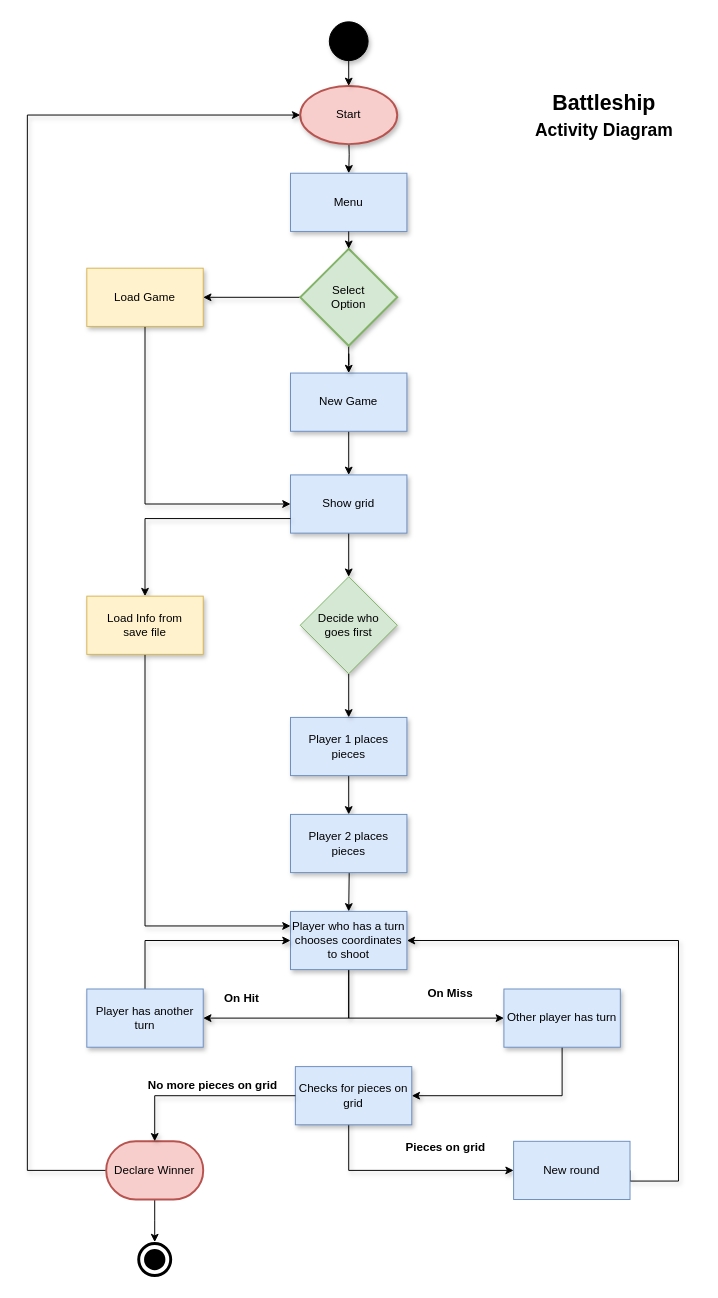
Above: ui/Flowchart/Battleship.drawio in guilhermemmeirelles/Battleship (draw.io), before the change. Source tidied: cells renumbered, new cells numbered last; positions are measured from the earlier drawing's top-left corner, leaving out a move shared by most shapes. Both pictures are drawn from the tidied source at 97%, with x=0, y=0 at pixel (27, 21).
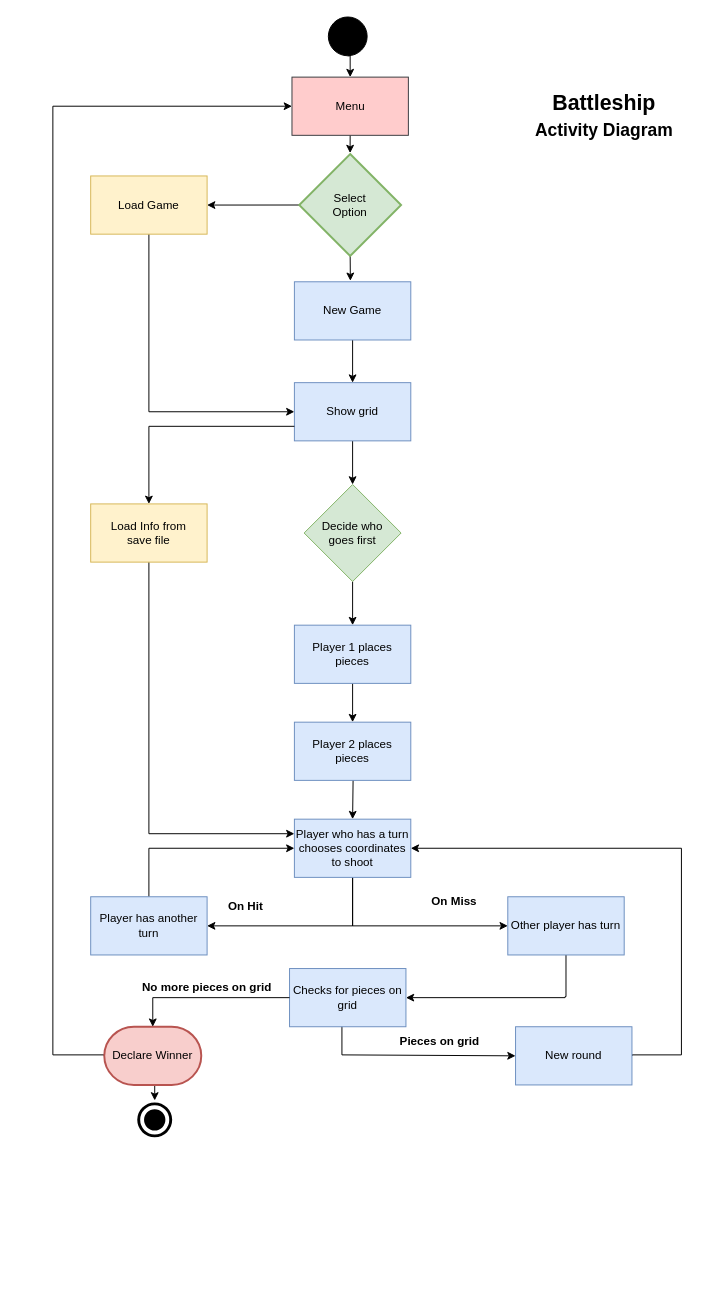
Above is the later version.

Commit message (it also covers changes not shown here):
More UML norms changes to flowchart

Change to the diagram source:
```diff
@@
     <mxCell id="2" style="ellipse;shape=doubleEllipse;whiteSpace=wrap;html=1;fillColor=#000000;strokeColor=#FFFFFF;fontColor=#ffffff;perimeterSpacing=0;strokeWidth=4;shadow=0;" parent="1" vertex="1">
-      <mxGeometry x="111" y="1256" width="40" height="40" as="geometry" />
+      <mxGeometry x="111" y="1112" width="40" height="40" as="geometry" />
     </mxCell>
-    <mxCell id="3" style="edgeStyle=orthogonalEdgeStyle;rounded=0;jettySize=auto;html=1;exitX=0.5;exitY=1;exitDx=0;exitDy=0;entryX=0.5;entryY=0;entryDx=0;entryDy=0;shadow=1;" parent="1" edge="1" target="4">
-      <mxGeometry relative="1" as="geometry">
-        <mxPoint x="331" y="116.1" as="sourcePoint" />
-      </mxGeometry>
-    </mxCell>
+    <mxCell id="47" style="edgeStyle=orthogonalEdgeStyle;rounded=0;jettySize=auto;html=1;exitX=0.5;exitY=1;exitDx=0;exitDy=0;shadow=0;" parent="1" edge="1" source="4">
+      <mxGeometry relative="1" as="geometry">
+        <mxPoint x="332.4" y="135.3" as="targetPoint" />
+      </mxGeometry>
+    </mxCell>
-    <mxCell id="4" value="Menu" style="rounded=0;whiteSpace=wrap;html=1;fillColor=#dae8fc;strokeColor=#6c8ebf;shadow=1;" parent="1" vertex="1">
-      <mxGeometry x="271" y="156.1" width="120" height="60" as="geometry" />
+    <mxCell id="4" value="Menu" style="rounded=0;whiteSpace=wrap;html=1;fillColor=#ffcccc;strokeColor=#36393d;shadow=0;" parent="1" vertex="1">
+      <mxGeometry x="272.5" y="57" width="120" height="60" as="geometry" />
     </mxCell>
-    <mxCell id="5" style="edgeStyle=orthogonalEdgeStyle;rounded=0;jettySize=auto;html=1;exitX=0.5;exitY=1;exitDx=0;exitDy=0;entryX=0;entryY=0.5;entryDx=0;entryDy=0;shadow=1;" parent="1" edge="1" source="6" target="10">
+    <mxCell id="5" style="edgeStyle=orthogonalEdgeStyle;rounded=0;jettySize=auto;html=1;exitX=0.5;exitY=1;exitDx=0;exitDy=0;entryX=0;entryY=0.5;entryDx=0;entryDy=0;shadow=0;" parent="1" edge="1" source="6" target="10">
       <mxGeometry relative="1" as="geometry" />
     </mxCell>
-    <mxCell id="6" value="Load Game" style="rounded=0;whiteSpace=wrap;html=1;fillColor=#fff2cc;strokeColor=#d6b656;shadow=1;" parent="1" vertex="1">
-      <mxGeometry x="61" y="254" width="120" height="60" as="geometry" />
+    <mxCell id="6" value="Load Game" style="rounded=0;whiteSpace=wrap;html=1;fillColor=#fff2cc;strokeColor=#d6b656;shadow=0;" parent="1" vertex="1">
+      <mxGeometry x="65" y="158.9" width="120" height="60" as="geometry" />
     </mxCell>
-    <mxCell id="7" style="edgeStyle=orthogonalEdgeStyle;rounded=0;jettySize=auto;html=1;shadow=1;" parent="1" edge="1" source="8" target="10">
+    <mxCell id="7" style="edgeStyle=orthogonalEdgeStyle;rounded=0;jettySize=auto;html=1;shadow=0;" parent="1" edge="1" source="8" target="10">
       <mxGeometry relative="1" as="geometry" />
     </mxCell>
-    <mxCell id="8" value="New Game" style="rounded=0;whiteSpace=wrap;html=1;fillColor=#dae8fc;strokeColor=#6c8ebf;shadow=1;" parent="1" vertex="1">
-      <mxGeometry x="271" y="362.1" width="120" height="60" as="geometry" />
+    <mxCell id="8" value="New Game" style="rounded=0;whiteSpace=wrap;html=1;fillColor=#dae8fc;strokeColor=#6c8ebf;shadow=0;" parent="1" vertex="1">
+      <mxGeometry x="275" y="268" width="120" height="60" as="geometry" />
     </mxCell>
-    <mxCell id="9" style="edgeStyle=orthogonalEdgeStyle;rounded=0;jettySize=auto;html=1;shadow=1;" parent="1" edge="1" source="10" target="21">
+    <mxCell id="9" style="edgeStyle=orthogonalEdgeStyle;rounded=0;jettySize=auto;html=1;shadow=0;" parent="1" edge="1" source="10" target="21">
       <mxGeometry relative="1" as="geometry" />
     </mxCell>
-    <mxCell id="10" value="Show grid" style="rounded=0;whiteSpace=wrap;html=1;fillColor=#dae8fc;strokeColor=#6c8ebf;shadow=1;" parent="1" vertex="1">
-      <mxGeometry x="271" y="467.1" width="120" height="60" as="geometry" />
+    <mxCell id="10" value="Show grid" style="rounded=0;whiteSpace=wrap;html=1;fillColor=#dae8fc;strokeColor=#6c8ebf;shadow=0;" parent="1" vertex="1">
+      <mxGeometry x="275" y="372" width="120" height="60" as="geometry" />
     </mxCell>
-    <mxCell id="11" style="edgeStyle=orthogonalEdgeStyle;rounded=0;jettySize=auto;html=1;shadow=1;" parent="1" edge="1" source="12" target="16">
+    <mxCell id="11" style="edgeStyle=orthogonalEdgeStyle;rounded=0;jettySize=auto;html=1;shadow=0;" parent="1" edge="1" source="12" target="16">
       <mxGeometry relative="1" as="geometry" />
     </mxCell>
-    <mxCell id="12" value="Player 1 places pieces" style="rounded=0;whiteSpace=wrap;html=1;fillColor=#dae8fc;strokeColor=#6c8ebf;shadow=1;" parent="1" vertex="1">
-      <mxGeometry x="271" y="717.1" width="120" height="60" as="geometry" />
+    <mxCell id="12" value="Player 1 places pieces" style="rounded=0;whiteSpace=wrap;html=1;fillColor=#dae8fc;strokeColor=#6c8ebf;shadow=0;" parent="1" vertex="1">
+      <mxGeometry x="275" y="622" width="120" height="60" as="geometry" />
     </mxCell>
-    <mxCell id="13" style="edgeStyle=orthogonalEdgeStyle;rounded=0;jettySize=auto;html=1;shadow=1;" parent="1" edge="1" source="24" target="8">
-      <mxGeometry relative="1" as="geometry" />
-    </mxCell>
-    <mxCell id="14" value="Start" style="strokeWidth=2;html=1;shape=mxgraph.flowchart.start_1;whiteSpace=wrap;fillColor=#f8cecc;strokeColor=#b85450;shadow=1;" parent="1" vertex="1">
-      <mxGeometry x="281" y="66.1" width="100" height="60" as="geometry" />
-    </mxCell>
-    <mxCell id="15" style="edgeStyle=orthogonalEdgeStyle;rounded=0;jettySize=auto;html=1;shadow=1;" parent="1" edge="1" target="19">
+    <mxCell id="15" style="edgeStyle=orthogonalEdgeStyle;rounded=0;jettySize=auto;html=1;shadow=0;" parent="1" edge="1" target="19">
       <mxGeometry relative="1" as="geometry">
-        <mxPoint x="331" y="837.1" as="sourcePoint" />
+        <mxPoint x="335" y="742" as="sourcePoint" />
       </mxGeometry>
     </mxCell>
-    <mxCell id="16" value="Player 2 places pieces" style="rounded=0;whiteSpace=wrap;html=1;fillColor=#dae8fc;strokeColor=#6c8ebf;shadow=1;" parent="1" vertex="1">
-      <mxGeometry x="271" y="817.1" width="120" height="60" as="geometry" />
+    <mxCell id="16" value="Player 2 places pieces" style="rounded=0;whiteSpace=wrap;html=1;fillColor=#dae8fc;strokeColor=#6c8ebf;shadow=0;" parent="1" vertex="1">
+      <mxGeometry x="275" y="722" width="120" height="60" as="geometry" />
     </mxCell>
-    <mxCell id="17" style="edgeStyle=orthogonalEdgeStyle;rounded=0;jettySize=auto;html=1;exitX=0.5;exitY=1;exitDx=0;exitDy=0;entryX=1;entryY=0.5;entryDx=0;entryDy=0;shadow=1;" parent="1" edge="1" source="19" target="29">
+    <mxCell id="17" style="edgeStyle=orthogonalEdgeStyle;rounded=0;jettySize=auto;html=1;exitX=0.5;exitY=1;exitDx=0;exitDy=0;entryX=1;entryY=0.5;entryDx=0;entryDy=0;shadow=0;" parent="1" edge="1" source="19" target="29">
       <mxGeometry relative="1" as="geometry" />
     </mxCell>
-    <mxCell id="18" style="edgeStyle=orthogonalEdgeStyle;rounded=0;jettySize=auto;html=1;exitX=0.5;exitY=1;exitDx=0;exitDy=0;entryX=0;entryY=0.5;entryDx=0;entryDy=0;shadow=1;" parent="1" edge="1" source="19" target="31">
+    <mxCell id="18" style="edgeStyle=orthogonalEdgeStyle;rounded=0;jettySize=auto;html=1;exitX=0.5;exitY=1;exitDx=0;exitDy=0;entryX=0;entryY=0.5;entryDx=0;entryDy=0;shadow=0;" parent="1" edge="1" source="19" target="31">
       <mxGeometry relative="1" as="geometry" />
     </mxCell>
-    <mxCell id="19" value="Player who has a turn chooses coordinates to shoot" style="rounded=0;whiteSpace=wrap;html=1;fillColor=#dae8fc;strokeColor=#6c8ebf;shadow=1;" parent="1" vertex="1">
-      <mxGeometry x="271" y="917.1" width="120" height="60" as="geometry" />
+    <mxCell id="19" value="Player who has a turn chooses coordinates to shoot" style="rounded=0;whiteSpace=wrap;html=1;fillColor=#dae8fc;strokeColor=#6c8ebf;shadow=0;" parent="1" vertex="1">
+      <mxGeometry x="275" y="822" width="120" height="60" as="geometry" />
     </mxCell>
-    <mxCell id="20" style="edgeStyle=orthogonalEdgeStyle;rounded=0;jettySize=auto;html=1;shadow=1;" parent="1" edge="1" source="21" target="12">
+    <mxCell id="20" style="edgeStyle=orthogonalEdgeStyle;rounded=0;jettySize=auto;html=1;shadow=0;" parent="1" edge="1" source="21" target="12">
       <mxGeometry relative="1" as="geometry" />
     </mxCell>
-    <mxCell id="21" value="Decide who &lt;br&gt;goes first" style="rhombus;whiteSpace=wrap;html=1;fillColor=#d5e8d4;strokeColor=#82b366;shadow=1;" parent="1" vertex="1">
-      <mxGeometry x="281" y="572.1" width="100" height="100" as="geometry" />
+    <mxCell id="21" value="Decide who &lt;br&gt;goes first" style="rhombus;whiteSpace=wrap;html=1;fillColor=#d5e8d4;strokeColor=#82b366;shadow=0;" parent="1" vertex="1">
+      <mxGeometry x="285" y="477" width="100" height="100" as="geometry" />
     </mxCell>
-    <mxCell id="22" style="edgeStyle=orthogonalEdgeStyle;rounded=0;jettySize=auto;html=1;exitX=0;exitY=0.75;exitDx=0;exitDy=0;entryX=0.5;entryY=0;entryDx=0;entryDy=0;shadow=1;" parent="1" edge="1" source="10" target="27">
+    <mxCell id="22" style="edgeStyle=orthogonalEdgeStyle;rounded=0;jettySize=auto;html=1;exitX=0;exitY=0.75;exitDx=0;exitDy=0;entryX=0.5;entryY=0;entryDx=0;entryDy=0;shadow=0;" parent="1" edge="1" source="10" target="27">
       <mxGeometry relative="1" as="geometry">
         <Array as="points">
-          <mxPoint x="121" y="512.1" />
+          <mxPoint x="125" y="417" />
         </Array>
       </mxGeometry>
     </mxCell>
-    <mxCell id="23" style="edgeStyle=orthogonalEdgeStyle;rounded=0;jettySize=auto;html=1;exitX=0;exitY=0.5;exitDx=0;exitDy=0;exitPerimeter=0;entryX=1;entryY=0.5;entryDx=0;entryDy=0;shadow=1;" parent="1" edge="1" source="24" target="6">
+    <mxCell id="23" style="edgeStyle=orthogonalEdgeStyle;rounded=0;jettySize=auto;html=1;exitX=0;exitY=0.5;exitDx=0;exitDy=0;exitPerimeter=0;entryX=1;entryY=0.5;entryDx=0;entryDy=0;shadow=0;" parent="1" edge="1" source="24" target="6">
       <mxGeometry relative="1" as="geometry" />
     </mxCell>
+    <mxCell id="48" style="edgeStyle=orthogonalEdgeStyle;rounded=0;jettySize=auto;html=1;exitX=0.5;exitY=1;exitDx=0;exitDy=0;exitPerimeter=0;shadow=0;" parent="1" edge="1" source="24">
+      <mxGeometry relative="1" as="geometry">
+        <mxPoint x="332.7" y="267" as="targetPoint" />
+      </mxGeometry>
+    </mxCell>
-    <mxCell id="24" value="Select&lt;br&gt;Option" style="strokeWidth=2;html=1;shape=mxgraph.flowchart.decision;whiteSpace=wrap;fillColor=#d5e8d4;strokeColor=#82b366;shadow=1;" parent="1" vertex="1">
-      <mxGeometry x="281" y="234" width="100" height="100" as="geometry" />
+    <mxCell id="24" value="Select&lt;br&gt;Option" style="strokeWidth=2;html=1;shape=mxgraph.flowchart.decision;whiteSpace=wrap;fillColor=#d5e8d4;strokeColor=#82b366;shadow=0;" parent="1" vertex="1">
+      <mxGeometry x="280" y="136.3" width="105" height="105.1" as="geometry" />
     </mxCell>
-    <mxCell id="25" style="edgeStyle=orthogonalEdgeStyle;rounded=0;jettySize=auto;html=1;exitX=0.5;exitY=1;exitDx=0;exitDy=0;entryX=0.5;entryY=0;entryDx=0;entryDy=0;shadow=1;" parent="1" edge="1" source="4" target="24">
-      <mxGeometry relative="1" as="geometry" />
-    </mxCell>
-    <mxCell id="26" style="edgeStyle=orthogonalEdgeStyle;rounded=0;jettySize=auto;html=1;exitX=0.5;exitY=1;exitDx=0;exitDy=0;entryX=0;entryY=0.25;entryDx=0;entryDy=0;shadow=1;" parent="1" edge="1" source="27" target="19">
+    <mxCell id="26" style="edgeStyle=orthogonalEdgeStyle;rounded=0;jettySize=auto;html=1;exitX=0.5;exitY=1;exitDx=0;exitDy=0;entryX=0;entryY=0.25;entryDx=0;entryDy=0;shadow=0;" parent="1" edge="1" source="27" target="19">
       <mxGeometry relative="1" as="geometry" />
     </mxCell>
-    <mxCell id="27" value="Load Info from&lt;br&gt;save file" style="rounded=0;whiteSpace=wrap;html=1;fillColor=#fff2cc;strokeColor=#d6b656;shadow=1;" parent="1" vertex="1">
-      <mxGeometry x="61" y="592.1" width="120" height="60" as="geometry" />
+    <mxCell id="27" value="Load Info from&lt;br&gt;save file" style="rounded=0;whiteSpace=wrap;html=1;fillColor=#fff2cc;strokeColor=#d6b656;shadow=0;" parent="1" vertex="1">
+      <mxGeometry x="65" y="497" width="120" height="60" as="geometry" />
     </mxCell>
-    <mxCell id="28" style="edgeStyle=orthogonalEdgeStyle;rounded=0;jettySize=auto;html=1;exitX=0.5;exitY=0;exitDx=0;exitDy=0;entryX=0;entryY=0.5;entryDx=0;entryDy=0;shadow=1;" parent="1" edge="1" source="29" target="19">
+    <mxCell id="28" style="edgeStyle=orthogonalEdgeStyle;rounded=0;jettySize=auto;html=1;exitX=0.5;exitY=0;exitDx=0;exitDy=0;entryX=0;entryY=0.5;entryDx=0;entryDy=0;shadow=0;" parent="1" edge="1" source="29" target="19">
       <mxGeometry relative="1" as="geometry" />
     </mxCell>
-    <mxCell id="29" value="Player has another turn" style="rounded=0;whiteSpace=wrap;html=1;fillColor=#dae8fc;strokeColor=#6c8ebf;shadow=1;" parent="1" vertex="1">
-      <mxGeometry x="61" y="997.1" width="120" height="60" as="geometry" />
+    <mxCell id="29" value="Player has another turn" style="rounded=0;whiteSpace=wrap;html=1;fillColor=#dae8fc;strokeColor=#6c8ebf;shadow=0;" parent="1" vertex="1">
+      <mxGeometry x="65" y="902" width="120" height="60" as="geometry" />
     </mxCell>
-    <mxCell id="30" style="edgeStyle=orthogonalEdgeStyle;rounded=0;jettySize=auto;html=1;exitX=0.5;exitY=1;exitDx=0;exitDy=0;entryX=1;entryY=0.5;entryDx=0;entryDy=0;shadow=1;" parent="1" edge="1" source="31" target="35">
+    <mxCell id="30" style="edgeStyle=orthogonalEdgeStyle;rounded=0;jettySize=auto;html=1;exitX=0.5;exitY=1;exitDx=0;exitDy=0;entryX=1;entryY=0.5;entryDx=0;entryDy=0;shadow=0;" parent="1" edge="1" source="31" target="35">
       <mxGeometry relative="1" as="geometry">
         <Array as="points">
-          <mxPoint x="551" y="1107.1" />
+          <mxPoint x="554" y="1005" />
         </Array>
       </mxGeometry>
     </mxCell>
-    <mxCell id="31" value="Other player has turn" style="rounded=0;whiteSpace=wrap;html=1;fillColor=#dae8fc;strokeColor=#6c8ebf;shadow=1;" parent="1" vertex="1">
-      <mxGeometry x="491" y="997.1" width="120" height="60" as="geometry" />
+    <mxCell id="31" value="Other player has turn" style="rounded=0;whiteSpace=wrap;html=1;fillColor=#dae8fc;strokeColor=#6c8ebf;shadow=0;" parent="1" vertex="1">
+      <mxGeometry x="495" y="902" width="120" height="60" as="geometry" />
     </mxCell>
-    <mxCell id="32" value="On Hit" style="text;html=1;strokeColor=none;fillColor=none;align=center;verticalAlign=middle;whiteSpace=wrap;rounded=0;fontStyle=1;shadow=1;" parent="1" vertex="1">
-      <mxGeometry x="201" y="997.1" width="40" height="20" as="geometry" />
+    <mxCell id="32" value="On Hit" style="text;html=1;strokeColor=none;fillColor=none;align=center;verticalAlign=middle;whiteSpace=wrap;rounded=0;fontStyle=1;shadow=0;" parent="1" vertex="1">
+      <mxGeometry x="205" y="902" width="40" height="20" as="geometry" />
     </mxCell>
-    <mxCell id="33" value="On Miss" style="text;html=1;strokeColor=none;fillColor=none;align=center;verticalAlign=middle;whiteSpace=wrap;rounded=0;fontStyle=1;shadow=1;" parent="1" vertex="1">
-      <mxGeometry x="401" y="987.1" width="70" height="30" as="geometry" />
+    <mxCell id="33" value="On Miss" style="text;html=1;strokeColor=none;fillColor=none;align=center;verticalAlign=middle;whiteSpace=wrap;rounded=0;fontStyle=1;shadow=0;" parent="1" vertex="1">
+      <mxGeometry x="405" y="892" width="70" height="30" as="geometry" />
     </mxCell>
-    <mxCell id="34" style="edgeStyle=orthogonalEdgeStyle;rounded=0;jettySize=auto;html=1;exitX=0.5;exitY=1;exitDx=0;exitDy=0;entryX=0;entryY=0.5;entryDx=0;entryDy=0;shadow=1;" parent="1" edge="1" target="37">
+    <mxCell id="34" style="edgeStyle=orthogonalEdgeStyle;rounded=0;jettySize=auto;html=1;exitX=0.5;exitY=1;exitDx=0;exitDy=0;entryX=0;entryY=0.5;entryDx=0;entryDy=0;shadow=0;" parent="1" edge="1" target="37">
       <mxGeometry relative="1" as="geometry">
-        <mxPoint x="346" y="1126.1" as="sourcePoint" />
+        <mxPoint x="340" y="1025" as="sourcePoint" />
         <Array as="points">
-          <mxPoint x="331" y="1126.1" />
-          <mxPoint x="331" y="1184.1" />
+          <mxPoint x="324" y="1025" />
+          <mxPoint x="324" y="1065" />
         </Array>
       </mxGeometry>
     </mxCell>
-    <mxCell id="35" value="Checks for pieces on grid" style="rounded=0;whiteSpace=wrap;html=1;fillColor=#dae8fc;strokeColor=#6c8ebf;shadow=1;" parent="1" vertex="1">
-      <mxGeometry x="276" y="1077.1" width="120" height="60" as="geometry" />
+    <mxCell id="35" value="Checks for pieces on grid" style="rounded=0;whiteSpace=wrap;html=1;fillColor=#dae8fc;strokeColor=#6c8ebf;shadow=0;" parent="1" vertex="1">
+      <mxGeometry x="270" y="976" width="120" height="60" as="geometry" />
     </mxCell>
-    <mxCell id="36" style="edgeStyle=orthogonalEdgeStyle;rounded=0;jettySize=auto;html=1;exitX=1;exitY=0.5;exitDx=0;exitDy=0;entryX=1;entryY=0.5;entryDx=0;entryDy=0;shadow=1;" parent="1" edge="1" source="37" target="19">
+    <mxCell id="36" style="edgeStyle=orthogonalEdgeStyle;rounded=0;jettySize=auto;html=1;exitX=1;exitY=0.5;exitDx=0;exitDy=0;entryX=1;entryY=0.5;entryDx=0;entryDy=0;shadow=0;" parent="1" edge="1" source="37" target="19">
       <mxGeometry relative="1" as="geometry">
         <Array as="points">
-          <mxPoint x="671" y="1195.1" />
-          <mxPoint x="671" y="947.1" />
+          <mxPoint x="674" y="1065" />
+          <mxPoint x="674" y="852" />
         </Array>
       </mxGeometry>
     </mxCell>
-    <mxCell id="37" value="New round" style="rounded=0;whiteSpace=wrap;html=1;fillColor=#dae8fc;strokeColor=#6c8ebf;" parent="1" vertex="1">
-      <mxGeometry x="501" y="1154.1" width="120" height="60" as="geometry" />
+    <mxCell id="37" value="New round" style="rounded=0;whiteSpace=wrap;html=1;fillColor=#dae8fc;strokeColor=#6c8ebf;shadow=0;" parent="1" vertex="1">
+      <mxGeometry x="503" y="1036" width="120" height="60" as="geometry" />
     </mxCell>
-    <mxCell id="38" value="No more pieces on grid" style="text;html=1;strokeColor=none;fillColor=none;align=center;verticalAlign=middle;whiteSpace=wrap;rounded=0;fontStyle=1;shadow=1;" parent="1" vertex="1">
-      <mxGeometry x="121" y="1087.1" width="140" height="20" as="geometry" />
+    <mxCell id="38" value="No more pieces on grid" style="text;html=1;strokeColor=none;fillColor=none;align=center;verticalAlign=middle;whiteSpace=wrap;rounded=0;fontStyle=1;shadow=0;" parent="1" vertex="1">
+      <mxGeometry x="115" y="986" width="140" height="20" as="geometry" />
     </mxCell>
-    <mxCell id="39" value="Pieces on grid" style="text;html=1;strokeColor=none;fillColor=none;align=center;verticalAlign=middle;whiteSpace=wrap;rounded=0;fontStyle=1;shadow=1;" parent="1" vertex="1">
-      <mxGeometry x="386" y="1146.1" width="90" height="30" as="geometry" />
+    <mxCell id="39" value="Pieces on grid" style="text;html=1;strokeColor=none;fillColor=none;align=center;verticalAlign=middle;whiteSpace=wrap;rounded=0;fontStyle=1;shadow=0;" parent="1" vertex="1">
+      <mxGeometry x="380" y="1036" width="90" height="30" as="geometry" />
     </mxCell>
-    <mxCell id="40" style="edgeStyle=orthogonalEdgeStyle;rounded=0;jettySize=auto;html=1;exitX=0.5;exitY=1;exitDx=0;exitDy=0;exitPerimeter=0;" parent="1" edge="1" source="42">
-      <mxGeometry relative="1" as="geometry">
-        <mxPoint x="131" y="1258" as="targetPoint" />
-      </mxGeometry>
-    </mxCell>
-    <mxCell id="41" style="edgeStyle=orthogonalEdgeStyle;rounded=0;jettySize=auto;html=1;exitX=0;exitY=0.5;exitDx=0;exitDy=0;exitPerimeter=0;entryX=0;entryY=0.5;entryDx=0;entryDy=0;entryPerimeter=0;shadow=1;" parent="1" edge="1" source="42" target="14">
+    <mxCell id="41" style="edgeStyle=orthogonalEdgeStyle;rounded=0;jettySize=auto;html=1;exitX=0;exitY=0.5;exitDx=0;exitDy=0;exitPerimeter=0;entryX=0;entryY=0.5;entryDx=0;entryDy=0;shadow=0;" parent="1" edge="1" source="42" target="4">
       <mxGeometry relative="1" as="geometry">
         <Array as="points">
-          <mxPoint x="-0.3" y="1184" />
-          <mxPoint x="-0.3" y="96" />
+          <mxPoint x="26" y="1065" />
+          <mxPoint x="26" y="87" />
         </Array>
       </mxGeometry>
     </mxCell>
+    <mxCell id="49" style="edgeStyle=orthogonalEdgeStyle;rounded=0;jettySize=auto;html=1;exitX=0.5;exitY=1;exitDx=0;exitDy=0;exitPerimeter=0;entryX=0.5;entryY=0;entryDx=0;entryDy=0;shadow=0;" parent="1" edge="1" source="42" target="2">
+      <mxGeometry relative="1" as="geometry" />
+    </mxCell>
     <mxCell id="42" value="Declare Winner" style="strokeWidth=2;html=1;shape=mxgraph.flowchart.terminator;whiteSpace=wrap;fillColor=#f8cecc;strokeColor=#b85450;shadow=0;" parent="1" vertex="1">
-      <mxGeometry x="81" y="1154.1" width="100" height="60" as="geometry" />
+      <mxGeometry x="79" y="1036" width="100" height="60" as="geometry" />
     </mxCell>
-    <mxCell id="43" style="edgeStyle=orthogonalEdgeStyle;rounded=0;jettySize=auto;html=1;exitX=0;exitY=0.5;exitDx=0;exitDy=0;entryX=0.5;entryY=0;entryDx=0;entryDy=0;shadow=1;" parent="1" edge="1" source="35" target="42">
+    <mxCell id="43" style="edgeStyle=orthogonalEdgeStyle;rounded=0;jettySize=auto;html=1;exitX=0;exitY=0.5;exitDx=0;exitDy=0;entryX=0.5;entryY=0;entryDx=0;entryDy=0;shadow=0;" parent="1" edge="1" source="35" target="42">
       <mxGeometry relative="1" as="geometry" />
     </mxCell>
-    <mxCell id="44" style="edgeStyle=orthogonalEdgeStyle;rounded=0;jettySize=auto;html=1;exitX=0.5;exitY=1;exitDx=0;exitDy=0;entryX=0.5;entryY=0;entryDx=0;entryDy=0;entryPerimeter=0;shadow=1;" parent="1" edge="1" source="45" target="14">
-      <mxGeometry relative="1" as="geometry" />
-    </mxCell>
+    <mxCell id="50" style="edgeStyle=orthogonalEdgeStyle;rounded=0;jettySize=auto;html=1;exitX=0.5;exitY=1;exitDx=0;exitDy=0;entryX=0.5;entryY=0;entryDx=0;entryDy=0;shadow=0;" parent="1" edge="1" source="45" target="4">
+      <mxGeometry relative="1" as="geometry" />
+    </mxCell>
-    <mxCell id="45" style="ellipse;shape=doubleEllipse;whiteSpace=wrap;html=1;fillColor=#000000;shadow=1;" parent="1" vertex="1">
-      <mxGeometry x="311" width="40" height="40" as="geometry" />
+    <mxCell id="45" style="ellipse;shape=doubleEllipse;whiteSpace=wrap;html=1;fillColor=#000000;shadow=0;" parent="1" vertex="1">
+      <mxGeometry x="310" y="-5" width="40" height="40" as="geometry" />
     </mxCell>
-    <mxCell id="46" value="&lt;b&gt;Battleship&lt;br&gt;&lt;font style=&quot;font-size: 18px&quot;&gt;Activity Diagram&lt;/font&gt;&lt;br&gt;&lt;/b&gt;" style="text;html=1;fillColor=none;align=center;verticalAlign=middle;whiteSpace=wrap;rounded=0;fontSize=22;shadow=1;" parent="1" vertex="1">
+    <mxCell id="46" value="&lt;b&gt;Battleship&lt;br&gt;&lt;font style=&quot;font-size: 18px&quot;&gt;Activity Diagram&lt;/font&gt;&lt;br&gt;&lt;/b&gt;" style="text;html=1;fillColor=none;align=center;verticalAlign=middle;whiteSpace=wrap;rounded=0;fontSize=22;shadow=0;" parent="1" vertex="1">
       <mxGeometry x="501" y="66.1" width="187" height="60.9" as="geometry" />
     </mxCell>
```
